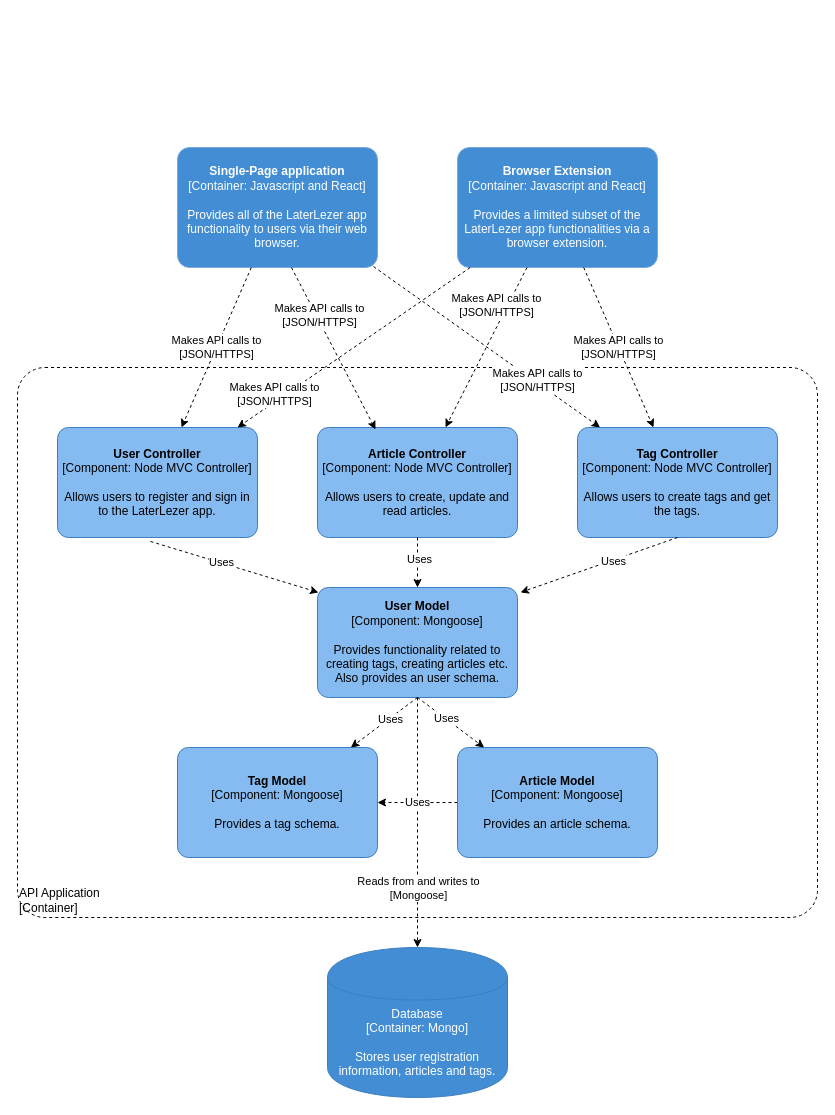
Earlier version of the draw.io diagram page "components-diagram-server" (3 of 7) of documents/c4model.drawio (Patrickroelofs/HANICA-DWA-Laterlezer). Source tidied: cells renumbered, new cells numbered last; positions are measured from the earlier drawing's top-left corner, leaving out a move shared by most shapes. Both pictures are drawn from the tidied source at 100%, with x=0, y=0 at pixel (17, 147).
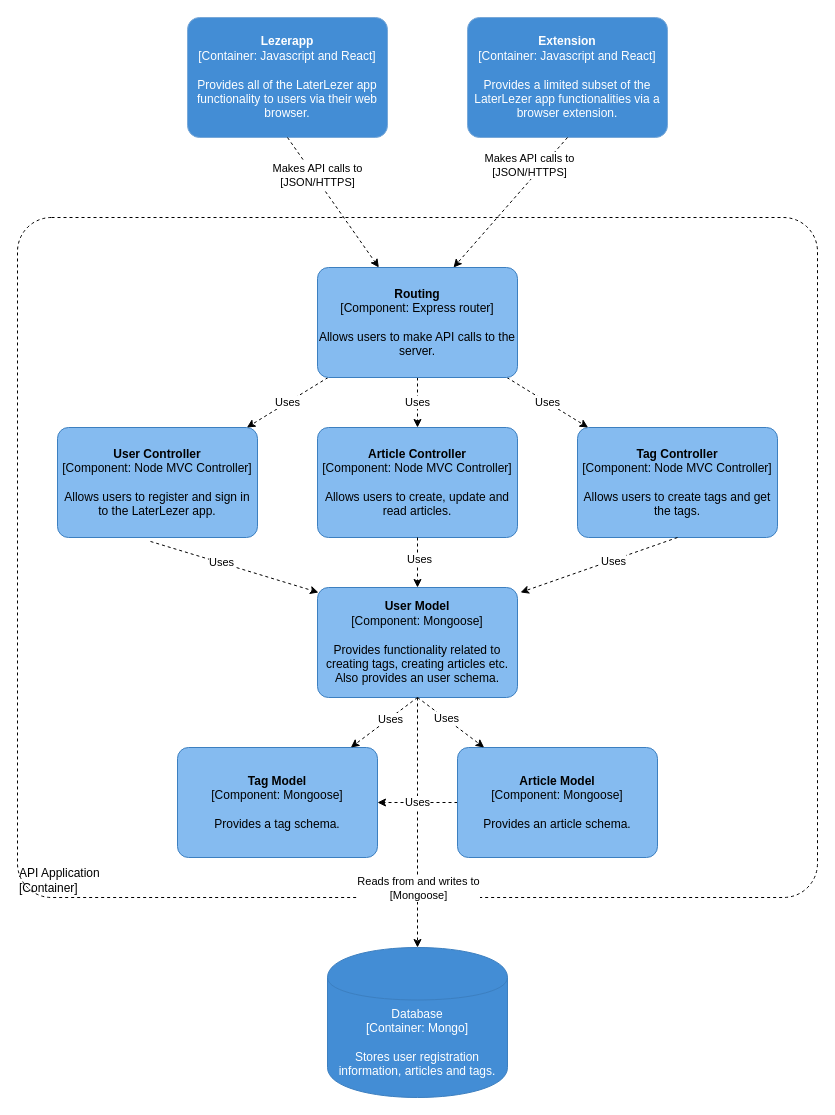
After the change.

The change refers to these unchanged cells:
```xml
<object id="7" label="&lt;b&gt;%c4Name%&lt;/b&gt;&lt;div&gt;[%c4Type%: %c4Technology%]&lt;/div&gt;&lt;br&gt;&lt;div&gt;%c4Description%&lt;/div&gt;" c4Description="Allows users to register and sign in to the LaterLezer app." c4Name="User Controller" c4Technology="Node MVC Controller" c4Type="Component" placeholders="1">
  <mxCell style="rounded=1;whiteSpace=wrap;html=1;labelBackgroundColor=none;align=center;arcSize=10;strokeColor=#3C7FC0;metaData={&quot;c4Type&quot;:{&quot;editable&quot;:false}};points=[[0.25,0,0],[0.5,0,0],[0.75,0,0],[1,0.25,0],[1,0.5,0],[1,0.75,0],[0.75,1,0],[0.5,1,0],[0.25,1,0],[0,0.75,0],[0,0.5,0],[0,0.25,0]];fillColor=#85BBF0;" parent="1" vertex="1">
    <mxGeometry x="40" y="280" width="200" height="110" as="geometry" />
  </mxCell>
</object>
<object id="9" label="&lt;b&gt;%c4Name%&lt;/b&gt;&lt;div&gt;[%c4Type%: %c4Technology%]&lt;/div&gt;&lt;br&gt;&lt;div&gt;%c4Description%&lt;/div&gt;" c4Description="Allows users to create, update and read articles." c4Name="Article Controller" c4Technology="Node MVC Controller" c4Type="Component" placeholders="1">
  <mxCell style="rounded=1;whiteSpace=wrap;html=1;labelBackgroundColor=none;align=center;arcSize=10;strokeColor=#3C7FC0;metaData={&quot;c4Type&quot;:{&quot;editable&quot;:false}};points=[[0.25,0,0],[0.5,0,0],[0.75,0,0],[1,0.25,0],[1,0.5,0],[1,0.75,0],[0.75,1,0],[0.5,1,0],[0.25,1,0],[0,0.75,0],[0,0.5,0],[0,0.25,0]];fillColor=#85BBF0;" parent="1" vertex="1">
    <mxGeometry x="300" y="280" width="200" height="110" as="geometry" />
  </mxCell>
</object>
<object id="10" label="&lt;b&gt;%c4Name%&lt;/b&gt;&lt;div&gt;[%c4Type%: %c4Technology%]&lt;/div&gt;&lt;br&gt;&lt;div&gt;%c4Description%&lt;/div&gt;" c4Description="Allows users to create tags and get the tags." c4Name="Tag Controller" c4Technology="Node MVC Controller" c4Type="Component" placeholders="1">
  <mxCell style="rounded=1;whiteSpace=wrap;html=1;labelBackgroundColor=none;align=center;arcSize=10;strokeColor=#3C7FC0;metaData={&quot;c4Type&quot;:{&quot;editable&quot;:false}};points=[[0.25,0,0],[0.5,0,0],[0.75,0,0],[1,0.25,0],[1,0.5,0],[1,0.75,0],[0.75,1,0],[0.5,1,0],[0.25,1,0],[0,0.75,0],[0,0.5,0],[0,0.25,0]];fillColor=#85BBF0;" parent="1" vertex="1">
    <mxGeometry x="560" y="280" width="200" height="110" as="geometry" />
  </mxCell>
</object>
```

The edit, as a diff of the source:
```diff
@@
     <object id="2" label="&lt;div style=&quot;text-align: left&quot;&gt;%c4Name%&lt;/div&gt;&lt;div style=&quot;text-align: left&quot;&gt;[%c4Application%]&lt;/div&gt;" c4Application="Container" c4Name="API Application" placeholders="1">
       <mxCell style="rounded=1;whiteSpace=wrap;html=1;labelBackgroundColor=none;fontColor=#000000;align=left;arcSize=5;strokeColor=#000000;verticalAlign=bottom;metaData={&quot;c4Type&quot;:{&quot;editable&quot;:false}};dashed=1;fillColor=none;" parent="1" vertex="1">
-        <mxGeometry y="220" width="800" height="550" as="geometry" />
+        <mxGeometry y="70" width="800" height="680" as="geometry" />
       </mxCell>
     </object>
-    <object id="3" label="&lt;b&gt;%c4Name%&lt;/b&gt;&lt;div&gt;[%c4Type%: %c4Technology%]&lt;/div&gt;&lt;br&gt;&lt;div&gt;%c4Description%&lt;/div&gt;" c4Description="Provides all of the LaterLezer app functionality to users via their web browser." c4Name="Single-Page application" c4Technology="Javascript and React" c4Type="Container" placeholders="1">
+    <object id="3" label="&lt;b&gt;%c4Name%&lt;/b&gt;&lt;div&gt;[%c4Type%: %c4Technology%]&lt;/div&gt;&lt;br&gt;&lt;div&gt;%c4Description%&lt;/div&gt;" c4Description="Provides all of the LaterLezer app functionality to users via their web browser." c4Name="Lezerapp" c4Technology="Javascript and React" c4Type="Container" placeholders="1">
       <mxCell style="rounded=1;whiteSpace=wrap;html=1;labelBackgroundColor=none;fontColor=#ffffff;align=center;arcSize=10;strokeColor=#78A8D8;metaData={&quot;c4Type&quot;:{&quot;editable&quot;:false}};points=[[0.25,0,0],[0.5,0,0],[0.75,0,0],[1,0.25,0],[1,0.5,0],[1,0.75,0],[0.75,1,0],[0.5,1,0],[0.25,1,0],[0,0.75,0],[0,0.5,0],[0,0.25,0]];fillColor=#438DD5;" parent="1" vertex="1">
-        <mxGeometry x="160" width="200" height="120" as="geometry" />
+        <mxGeometry x="170" y="-130" width="200" height="120" as="geometry" />
       </mxCell>
     </object>
-    <object id="4" label="&lt;b&gt;%c4Name%&lt;/b&gt;&lt;div&gt;[%c4Type%: %c4Technology%]&lt;/div&gt;&lt;br&gt;&lt;div&gt;%c4Description%&lt;/div&gt;" c4Description="Provides a limited subset of the LaterLezer app functionalities via a browser extension." c4Name="Browser Extension" c4Technology="Javascript and React" c4Type="Container" placeholders="1">
+    <object id="4" label="&lt;b&gt;%c4Name%&lt;/b&gt;&lt;div&gt;[%c4Type%: %c4Technology%]&lt;/div&gt;&lt;br&gt;&lt;div&gt;%c4Description%&lt;/div&gt;" c4Description="Provides a limited subset of the LaterLezer app functionalities via a browser extension." c4Name="Extension" c4Technology="Javascript and React" c4Type="Container" placeholders="1">
       <mxCell style="rounded=1;whiteSpace=wrap;html=1;labelBackgroundColor=none;fontColor=#ffffff;align=center;arcSize=10;strokeColor=#78A8D8;metaData={&quot;c4Type&quot;:{&quot;editable&quot;:false}};points=[[0.25,0,0],[0.5,0,0],[0.75,0,0],[1,0.25,0],[1,0.5,0],[1,0.75,0],[0.75,1,0],[0.5,1,0],[0.25,1,0],[0,0.75,0],[0,0.5,0],[0,0.25,0]];fillColor=#438DD5;" parent="1" vertex="1">
-        <mxGeometry x="440" width="200" height="120" as="geometry" />
+        <mxGeometry x="450" y="-130" width="200" height="120" as="geometry" />
       </mxCell>
     </object>
@@
-    <mxCell id="11" value="&lt;span style=&quot;color: rgb(0 , 0 , 0) ; font-family: &amp;#34;helvetica&amp;#34; ; font-size: 11px ; font-style: normal ; font-weight: 400 ; letter-spacing: normal ; text-align: center ; text-indent: 0px ; text-transform: none ; word-spacing: 0px ; background-color: rgb(255 , 255 , 255) ; display: inline ; float: none&quot;&gt;Makes API calls to&lt;/span&gt;&lt;br style=&quot;color: rgb(0 , 0 , 0) ; font-family: &amp;#34;helvetica&amp;#34; ; font-size: 11px ; font-style: normal ; font-weight: 400 ; letter-spacing: normal ; text-align: center ; text-indent: 0px ; text-transform: none ; word-spacing: 0px&quot;&gt;&lt;span style=&quot;color: rgb(0 , 0 , 0) ; font-family: &amp;#34;helvetica&amp;#34; ; font-size: 11px ; font-style: normal ; font-weight: 400 ; letter-spacing: normal ; text-align: center ; text-indent: 0px ; text-transform: none ; word-spacing: 0px ; background-color: rgb(255 , 255 , 255) ; display: inline ; float: none&quot;&gt;[JSON/HTTPS]&lt;/span&gt;" style="edgeStyle=none;rounded=0;jettySize=auto;html=1;strokeColor=#000000;dashed=1;exitX=0.57;exitY=1;exitDx=0;exitDy=0;exitPerimeter=0;entryX=0.29;entryY=0.018;entryDx=0;entryDy=0;entryPerimeter=0;" parent="1" edge="1" source="3" target="9">
+    <mxCell id="11" value="&lt;span style=&quot;color: rgb(0 , 0 , 0) ; font-family: &amp;#34;helvetica&amp;#34; ; font-size: 11px ; font-style: normal ; font-weight: 400 ; letter-spacing: normal ; text-align: center ; text-indent: 0px ; text-transform: none ; word-spacing: 0px ; background-color: rgb(255 , 255 , 255) ; display: inline ; float: none&quot;&gt;Makes API calls to&lt;/span&gt;&lt;br style=&quot;color: rgb(0 , 0 , 0) ; font-family: &amp;#34;helvetica&amp;#34; ; font-size: 11px ; font-style: normal ; font-weight: 400 ; letter-spacing: normal ; text-align: center ; text-indent: 0px ; text-transform: none ; word-spacing: 0px&quot;&gt;&lt;span style=&quot;color: rgb(0 , 0 , 0) ; font-family: &amp;#34;helvetica&amp;#34; ; font-size: 11px ; font-style: normal ; font-weight: 400 ; letter-spacing: normal ; text-align: center ; text-indent: 0px ; text-transform: none ; word-spacing: 0px ; background-color: rgb(255 , 255 , 255) ; display: inline ; float: none&quot;&gt;[JSON/HTTPS]&lt;/span&gt;" style="edgeStyle=none;rounded=0;jettySize=auto;html=1;strokeColor=#000000;dashed=1;exitX=0.5;exitY=1;exitDx=0;exitDy=0;exitPerimeter=0;" parent="1" edge="1" source="3" target="34">
       <mxGeometry x="-0.39" y="3" relative="1" as="geometry" />
     </mxCell>
-    <mxCell id="12" value="&lt;span style=&quot;color: rgb(0 , 0 , 0) ; font-family: &amp;#34;helvetica&amp;#34; ; font-size: 11px ; font-style: normal ; font-weight: 400 ; letter-spacing: normal ; text-align: center ; text-indent: 0px ; text-transform: none ; word-spacing: 0px ; background-color: rgb(255 , 255 , 255) ; display: inline ; float: none&quot;&gt;Makes API calls to&lt;/span&gt;&lt;br style=&quot;color: rgb(0 , 0 , 0) ; font-family: &amp;#34;helvetica&amp;#34; ; font-size: 11px ; font-style: normal ; font-weight: 400 ; letter-spacing: normal ; text-align: center ; text-indent: 0px ; text-transform: none ; word-spacing: 0px&quot;&gt;&lt;span style=&quot;color: rgb(0 , 0 , 0) ; font-family: &amp;#34;helvetica&amp;#34; ; font-size: 11px ; font-style: normal ; font-weight: 400 ; letter-spacing: normal ; text-align: center ; text-indent: 0px ; text-transform: none ; word-spacing: 0px ; background-color: rgb(255 , 255 , 255) ; display: inline ; float: none&quot;&gt;[JSON/HTTPS]&lt;/span&gt;" style="edgeStyle=none;rounded=0;jettySize=auto;html=1;strokeColor=#000000;dashed=1;" parent="1" edge="1" source="3" target="7">
-      <mxGeometry relative="1" as="geometry" />
-    </mxCell>
-    <mxCell id="13" value="&lt;span style=&quot;color: rgb(0 , 0 , 0) ; font-family: &amp;#34;helvetica&amp;#34; ; font-size: 11px ; font-style: normal ; font-weight: 400 ; letter-spacing: normal ; text-align: center ; text-indent: 0px ; text-transform: none ; word-spacing: 0px ; background-color: rgb(255 , 255 , 255) ; display: inline ; float: none&quot;&gt;Makes API calls to&lt;/span&gt;&lt;br style=&quot;color: rgb(0 , 0 , 0) ; font-family: &amp;#34;helvetica&amp;#34; ; font-size: 11px ; font-style: normal ; font-weight: 400 ; letter-spacing: normal ; text-align: center ; text-indent: 0px ; text-transform: none ; word-spacing: 0px&quot;&gt;&lt;span style=&quot;color: rgb(0 , 0 , 0) ; font-family: &amp;#34;helvetica&amp;#34; ; font-size: 11px ; font-style: normal ; font-weight: 400 ; letter-spacing: normal ; text-align: center ; text-indent: 0px ; text-transform: none ; word-spacing: 0px ; background-color: rgb(255 , 255 , 255) ; display: inline ; float: none&quot;&gt;[JSON/HTTPS]&lt;/span&gt;" style="edgeStyle=none;rounded=0;jettySize=auto;html=1;strokeColor=#000000;dashed=1;exitX=0.98;exitY=0.992;exitDx=0;exitDy=0;exitPerimeter=0;" parent="1" edge="1" source="3" target="10">
-      <mxGeometry x="0.44" y="2" relative="1" as="geometry" />
-    </mxCell>
-    <mxCell id="14" value="&lt;span style=&quot;color: rgb(0 , 0 , 0) ; font-family: &amp;#34;helvetica&amp;#34; ; font-size: 11px ; font-style: normal ; font-weight: 400 ; letter-spacing: normal ; text-align: center ; text-indent: 0px ; text-transform: none ; word-spacing: 0px ; background-color: rgb(255 , 255 , 255) ; display: inline ; float: none&quot;&gt;Makes API calls to&lt;/span&gt;&lt;br style=&quot;color: rgb(0 , 0 , 0) ; font-family: &amp;#34;helvetica&amp;#34; ; font-size: 11px ; font-style: normal ; font-weight: 400 ; letter-spacing: normal ; text-align: center ; text-indent: 0px ; text-transform: none ; word-spacing: 0px&quot;&gt;&lt;span style=&quot;color: rgb(0 , 0 , 0) ; font-family: &amp;#34;helvetica&amp;#34; ; font-size: 11px ; font-style: normal ; font-weight: 400 ; letter-spacing: normal ; text-align: center ; text-indent: 0px ; text-transform: none ; word-spacing: 0px ; background-color: rgb(255 , 255 , 255) ; display: inline ; float: none&quot;&gt;[JSON/HTTPS]&lt;/span&gt;" style="edgeStyle=none;rounded=0;jettySize=auto;html=1;strokeColor=#000000;dashed=1;" parent="1" edge="1" source="4" target="10">
-      <mxGeometry relative="1" as="geometry" />
-    </mxCell>
-    <mxCell id="15" value="&lt;span style=&quot;color: rgb(0 , 0 , 0) ; font-family: &amp;#34;helvetica&amp;#34; ; font-size: 11px ; font-style: normal ; font-weight: 400 ; letter-spacing: normal ; text-align: center ; text-indent: 0px ; text-transform: none ; word-spacing: 0px ; background-color: rgb(255 , 255 , 255) ; display: inline ; float: none&quot;&gt;Makes API calls to&lt;/span&gt;&lt;br style=&quot;color: rgb(0 , 0 , 0) ; font-family: &amp;#34;helvetica&amp;#34; ; font-size: 11px ; font-style: normal ; font-weight: 400 ; letter-spacing: normal ; text-align: center ; text-indent: 0px ; text-transform: none ; word-spacing: 0px&quot;&gt;&lt;span style=&quot;color: rgb(0 , 0 , 0) ; font-family: &amp;#34;helvetica&amp;#34; ; font-size: 11px ; font-style: normal ; font-weight: 400 ; letter-spacing: normal ; text-align: center ; text-indent: 0px ; text-transform: none ; word-spacing: 0px ; background-color: rgb(255 , 255 , 255) ; display: inline ; float: none&quot;&gt;[JSON/HTTPS]&lt;/span&gt;" style="edgeStyle=none;rounded=0;jettySize=auto;html=1;strokeColor=#000000;dashed=1;" parent="1" edge="1" source="4" target="9">
+    <mxCell id="15" value="&lt;span style=&quot;color: rgb(0 , 0 , 0) ; font-family: &amp;#34;helvetica&amp;#34; ; font-size: 11px ; font-style: normal ; font-weight: 400 ; letter-spacing: normal ; text-align: center ; text-indent: 0px ; text-transform: none ; word-spacing: 0px ; background-color: rgb(255 , 255 , 255) ; display: inline ; float: none&quot;&gt;Makes API calls to&lt;/span&gt;&lt;br style=&quot;color: rgb(0 , 0 , 0) ; font-family: &amp;#34;helvetica&amp;#34; ; font-size: 11px ; font-style: normal ; font-weight: 400 ; letter-spacing: normal ; text-align: center ; text-indent: 0px ; text-transform: none ; word-spacing: 0px&quot;&gt;&lt;span style=&quot;color: rgb(0 , 0 , 0) ; font-family: &amp;#34;helvetica&amp;#34; ; font-size: 11px ; font-style: normal ; font-weight: 400 ; letter-spacing: normal ; text-align: center ; text-indent: 0px ; text-transform: none ; word-spacing: 0px ; background-color: rgb(255 , 255 , 255) ; display: inline ; float: none&quot;&gt;[JSON/HTTPS]&lt;/span&gt;" style="edgeStyle=none;rounded=0;jettySize=auto;html=1;strokeColor=#000000;dashed=1;entryX=0.68;entryY=0;entryDx=0;entryDy=0;entryPerimeter=0;exitX=0.5;exitY=1;exitDx=0;exitDy=0;exitPerimeter=0;" parent="1" edge="1" source="4" target="34">
       <mxGeometry x="-0.47" y="-10" relative="1" as="geometry" />
     </mxCell>
-    <mxCell id="16" value="&lt;span style=&quot;color: rgb(0 , 0 , 0) ; font-family: &amp;#34;helvetica&amp;#34; ; font-size: 11px ; font-style: normal ; font-weight: 400 ; letter-spacing: normal ; text-align: center ; text-indent: 0px ; text-transform: none ; word-spacing: 0px ; background-color: rgb(255 , 255 , 255) ; display: inline ; float: none&quot;&gt;Makes API calls to&lt;/span&gt;&lt;br style=&quot;color: rgb(0 , 0 , 0) ; font-family: &amp;#34;helvetica&amp;#34; ; font-size: 11px ; font-style: normal ; font-weight: 400 ; letter-spacing: normal ; text-align: center ; text-indent: 0px ; text-transform: none ; word-spacing: 0px&quot;&gt;&lt;span style=&quot;color: rgb(0 , 0 , 0) ; font-family: &amp;#34;helvetica&amp;#34; ; font-size: 11px ; font-style: normal ; font-weight: 400 ; letter-spacing: normal ; text-align: center ; text-indent: 0px ; text-transform: none ; word-spacing: 0px ; background-color: rgb(255 , 255 , 255) ; display: inline ; float: none&quot;&gt;[JSON/HTTPS]&lt;/span&gt;" style="edgeStyle=none;rounded=0;jettySize=auto;html=1;strokeColor=#000000;dashed=1;" parent="1" edge="1" source="4" target="7">
-      <mxGeometry x="0.65" y="-6" relative="1" as="geometry" />
-    </mxCell>
@@
+    <mxCell id="31" value="Uses" style="edgeStyle=orthogonalEdgeStyle;rounded=0;jettySize=auto;html=1;dashed=1;" parent="1" edge="1" source="34" target="9">
+      <mxGeometry relative="1" as="geometry" />
+    </mxCell>
+    <mxCell id="32" value="Uses" style="rounded=0;jettySize=auto;html=1;dashed=1;" parent="1" edge="1" source="34" target="10">
+      <mxGeometry relative="1" as="geometry" />
+    </mxCell>
+    <mxCell id="33" value="Uses" style="rounded=0;jettySize=auto;html=1;dashed=1;" parent="1" edge="1" source="34" target="7">
+      <mxGeometry relative="1" as="geometry" />
+    </mxCell>
+    <object id="34" label="&lt;b&gt;%c4Name%&lt;/b&gt;&lt;div&gt;[%c4Type%: %c4Technology%]&lt;/div&gt;&lt;br&gt;&lt;div&gt;%c4Description%&lt;/div&gt;" c4Description="Allows users to make API calls to the server." c4Name="Routing" c4Technology="Express router" c4Type="Component" placeholders="1">
+      <mxCell style="rounded=1;whiteSpace=wrap;html=1;labelBackgroundColor=none;align=center;arcSize=10;strokeColor=#3C7FC0;metaData={&quot;c4Type&quot;:{&quot;editable&quot;:false}};points=[[0.25,0,0],[0.5,0,0],[0.75,0,0],[1,0.25,0],[1,0.5,0],[1,0.75,0],[0.75,1,0],[0.5,1,0],[0.25,1,0],[0,0.75,0],[0,0.5,0],[0,0.25,0]];fillColor=#85BBF0;" parent="1" vertex="1">
+        <mxGeometry x="300" y="120" width="200" height="110" as="geometry" />
+      </mxCell>
+    </object>
```
